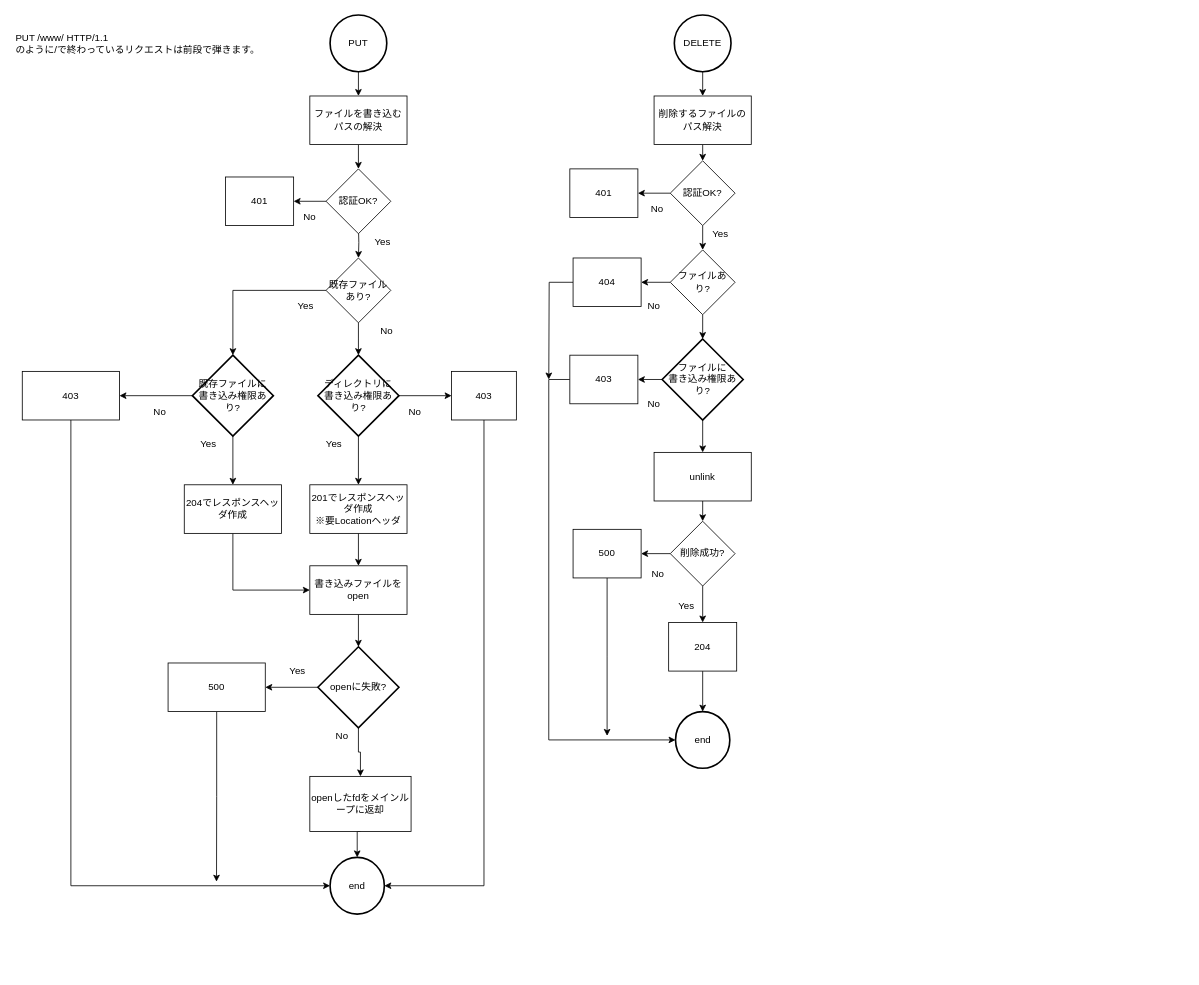
hiroin/webserv keeps this draw.io diagram as drawio/putとdelete.dio. Above is the earlier version. Source tidied: cells renumbered, new cells numbered last; positions are measured from the earlier drawing's top-left corner, leaving out a move shared by most shapes. Both pictures are drawn from the tidied source at 81%, with x=0, y=0 at pixel (14, 15).
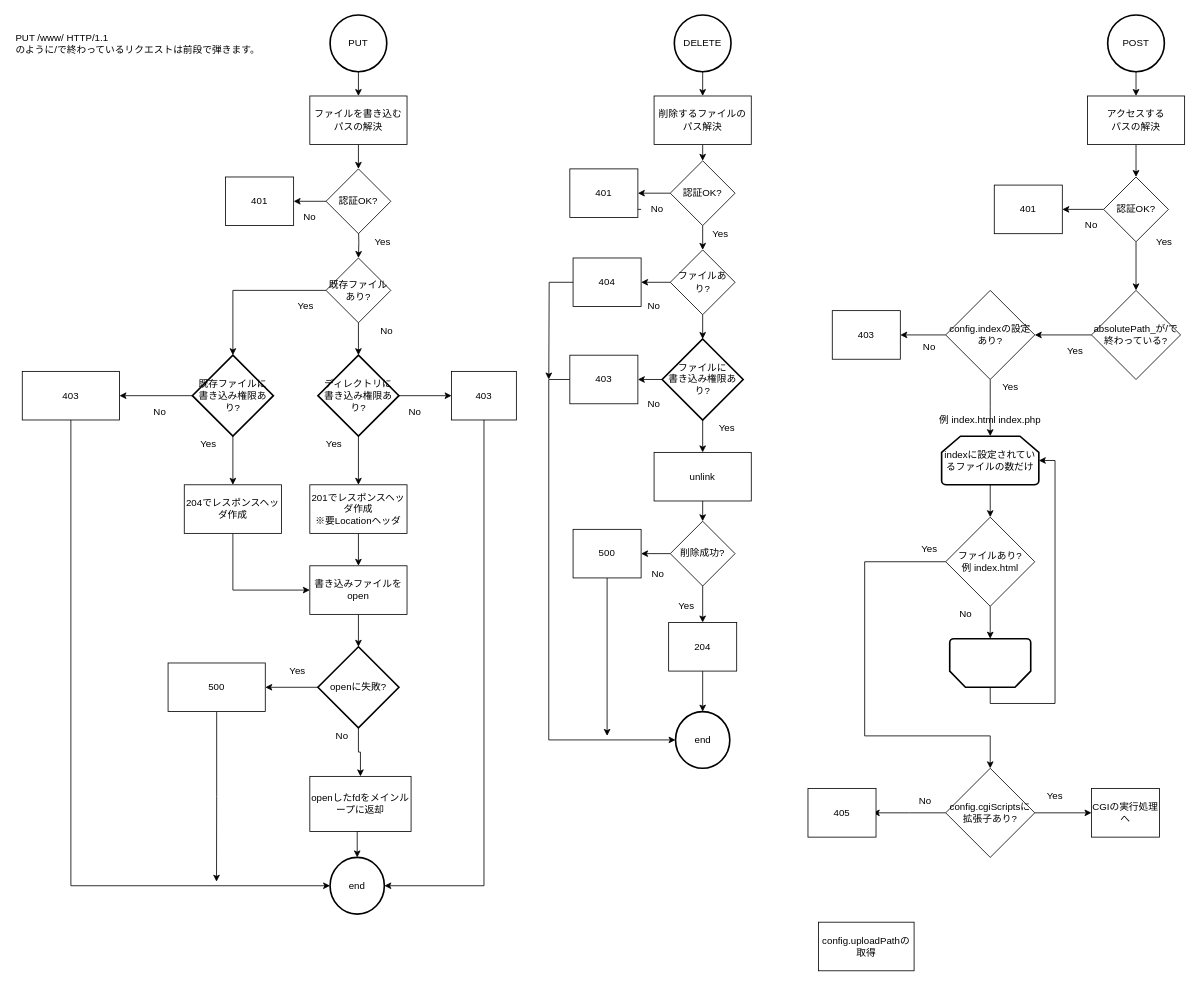
The same page after the edit.

Commit message (it also covers changes not shown here):
レスポンスclass周辺のフロー.dioにGET/CGIのフローを追加

The change refers to these unchanged cells:
```xml
<mxCell id="79" value="No" style="text;html=1;strokeColor=none;fillColor=none;align=center;verticalAlign=middle;whiteSpace=wrap;rounded=0;" parent="1" vertex="1">
  <mxGeometry x="774" y="230" width="40" height="20" as="geometry" />
</mxCell>
<mxCell id="80" value="401" style="rounded=0;whiteSpace=wrap;html=1;" parent="1" vertex="1">
  <mxGeometry x="686" y="190" width="84" height="60" as="geometry" />
</mxCell>
```

The edit, as a diff of the source:
```diff
@@
+    <mxCell id="82" style="edgeStyle=orthogonalEdgeStyle;rounded=0;jettySize=auto;html=1;" parent="1" edge="1" source="79" target="80">
+      <mxGeometry relative="1" as="geometry" />
+    </mxCell>
@@
+    <mxCell id="83" style="edgeStyle=orthogonalEdgeStyle;rounded=0;jettySize=auto;html=1;exitX=0.5;exitY=1;exitDx=0;exitDy=0;exitPerimeter=0;" parent="1" edge="1" source="84">
+      <mxGeometry relative="1" as="geometry">
+        <mxPoint x="1385" y="100" as="targetPoint" />
+      </mxGeometry>
+    </mxCell>
+    <mxCell id="84" value="POST" style="strokeWidth=2;html=1;shape=mxgraph.flowchart.start_2;whiteSpace=wrap;" parent="1" vertex="1">
+      <mxGeometry x="1350" width="70" height="70" as="geometry" />
+    </mxCell>
+    <mxCell id="85" style="edgeStyle=orthogonalEdgeStyle;rounded=0;jettySize=auto;html=1;exitX=0;exitY=0.5;exitDx=0;exitDy=0;entryX=1;entryY=0.5;entryDx=0;entryDy=0;" parent="1" edge="1" source="86" target="102">
+      <mxGeometry relative="1" as="geometry" />
+    </mxCell>
+    <mxCell id="86" value="absolutePath_が/で終わっている?" style="rhombus;whiteSpace=wrap;html=1;" parent="1" vertex="1">
+      <mxGeometry x="1330" y="340" width="110" height="110" as="geometry" />
+    </mxCell>
+    <mxCell id="87" value="Yes" style="text;html=1;strokeColor=none;fillColor=none;align=center;verticalAlign=middle;whiteSpace=wrap;rounded=0;" parent="1" vertex="1">
+      <mxGeometry x="1290" y="405" width="40" height="20" as="geometry" />
+    </mxCell>
+    <mxCell id="88" value="config.uploadPathの取得" style="rounded=0;whiteSpace=wrap;html=1;" parent="1" vertex="1">
+      <mxGeometry x="993" y="1120" width="118" height="60" as="geometry" />
+    </mxCell>
+    <mxCell id="89" style="edgeStyle=orthogonalEdgeStyle;rounded=0;jettySize=auto;html=1;exitX=0.5;exitY=1;exitDx=0;exitDy=0;entryX=0.5;entryY=0;entryDx=0;entryDy=0;" parent="1" edge="1" source="90" target="93">
+      <mxGeometry relative="1" as="geometry" />
+    </mxCell>
+    <mxCell id="90" value="アクセスする&lt;br&gt;パスの解決" style="rounded=0;whiteSpace=wrap;html=1;" parent="1" vertex="1">
+      <mxGeometry x="1325" y="100" width="120" height="60" as="geometry" />
+    </mxCell>
+    <mxCell id="91" style="edgeStyle=orthogonalEdgeStyle;rounded=0;jettySize=auto;html=1;exitX=0;exitY=0.5;exitDx=0;exitDy=0;entryX=1;entryY=0.5;entryDx=0;entryDy=0;" parent="1" edge="1" source="93" target="96">
+      <mxGeometry relative="1" as="geometry" />
+    </mxCell>
+    <mxCell id="92" style="edgeStyle=orthogonalEdgeStyle;rounded=0;jettySize=auto;html=1;exitX=0.5;exitY=1;exitDx=0;exitDy=0;entryX=0.5;entryY=0;entryDx=0;entryDy=0;" parent="1" edge="1" source="93" target="86">
+      <mxGeometry relative="1" as="geometry" />
+    </mxCell>
+    <mxCell id="93" value="認証OK?" style="rhombus;whiteSpace=wrap;html=1;" parent="1" vertex="1">
+      <mxGeometry x="1345" y="200" width="80" height="80" as="geometry" />
+    </mxCell>
+    <mxCell id="94" value="Yes" style="text;html=1;strokeColor=none;fillColor=none;align=center;verticalAlign=middle;whiteSpace=wrap;rounded=0;" parent="1" vertex="1">
+      <mxGeometry x="1400" y="270" width="40" height="20" as="geometry" />
+    </mxCell>
+    <mxCell id="95" value="No" style="text;html=1;strokeColor=none;fillColor=none;align=center;verticalAlign=middle;whiteSpace=wrap;rounded=0;" parent="1" vertex="1">
+      <mxGeometry x="1310" y="250" width="40" height="20" as="geometry" />
+    </mxCell>
+    <mxCell id="96" value="401" style="rounded=0;whiteSpace=wrap;html=1;" parent="1" vertex="1">
+      <mxGeometry x="1210" y="210" width="84" height="60" as="geometry" />
+    </mxCell>
+    <mxCell id="97" style="edgeStyle=orthogonalEdgeStyle;rounded=0;jettySize=auto;html=1;exitX=0;exitY=0.5;exitDx=0;exitDy=0;entryX=0.5;entryY=0;entryDx=0;entryDy=0;" parent="1" edge="1" source="99" target="113">
+      <mxGeometry relative="1" as="geometry">
+        <Array as="points">
+          <mxPoint x="1050" y="675" />
+          <mxPoint x="1050" y="890" />
+          <mxPoint x="1205" y="890" />
+        </Array>
+      </mxGeometry>
+    </mxCell>
+    <mxCell id="98" style="edgeStyle=orthogonalEdgeStyle;rounded=0;jettySize=auto;html=1;exitX=0.5;exitY=1;exitDx=0;exitDy=0;entryX=0.5;entryY=1;entryDx=0;entryDy=0;entryPerimeter=0;" parent="1" edge="1" source="99" target="119">
+      <mxGeometry relative="1" as="geometry" />
+    </mxCell>
+    <mxCell id="99" value="ファイルあり?&lt;br&gt;例 index.html" style="rhombus;whiteSpace=wrap;html=1;" parent="1" vertex="1">
+      <mxGeometry x="1150" y="620" width="110" height="110" as="geometry" />
+    </mxCell>
+    <mxCell id="100" style="edgeStyle=orthogonalEdgeStyle;rounded=0;jettySize=auto;html=1;exitX=0;exitY=0.5;exitDx=0;exitDy=0;entryX=1;entryY=0.5;entryDx=0;entryDy=0;" parent="1" edge="1" source="102" target="103">
+      <mxGeometry relative="1" as="geometry" />
+    </mxCell>
+    <mxCell id="101" style="edgeStyle=orthogonalEdgeStyle;rounded=0;jettySize=auto;html=1;exitX=0.5;exitY=1;exitDx=0;exitDy=0;" parent="1" edge="1" source="102">
+      <mxGeometry relative="1" as="geometry">
+        <mxPoint x="1205" y="520" as="targetPoint" />
+      </mxGeometry>
+    </mxCell>
+    <mxCell id="102" value="config.indexの設定あり?" style="rhombus;whiteSpace=wrap;html=1;" parent="1" vertex="1">
+      <mxGeometry x="1150" y="340" width="110" height="110" as="geometry" />
+    </mxCell>
+    <mxCell id="103" value="403" style="rounded=0;whiteSpace=wrap;html=1;" parent="1" vertex="1">
+      <mxGeometry x="1010" y="365" width="84" height="60" as="geometry" />
+    </mxCell>
+    <mxCell id="104" value="No" style="text;html=1;strokeColor=none;fillColor=none;align=center;verticalAlign=middle;whiteSpace=wrap;rounded=0;" parent="1" vertex="1">
+      <mxGeometry x="1110" y="400" width="40" height="20" as="geometry" />
+    </mxCell>
+    <mxCell id="105" value="Yes" style="text;html=1;strokeColor=none;fillColor=none;align=center;verticalAlign=middle;whiteSpace=wrap;rounded=0;" parent="1" vertex="1">
+      <mxGeometry x="1210" y="450" width="40" height="20" as="geometry" />
+    </mxCell>
+    <mxCell id="106" value="Yes" style="text;html=1;strokeColor=none;fillColor=none;align=center;verticalAlign=middle;whiteSpace=wrap;rounded=0;" parent="1" vertex="1">
+      <mxGeometry x="860" y="500" width="40" height="20" as="geometry" />
+    </mxCell>
+    <mxCell id="107" style="edgeStyle=orthogonalEdgeStyle;rounded=0;jettySize=auto;html=1;exitX=0.5;exitY=1;exitDx=0;exitDy=0;exitPerimeter=0;" parent="1" edge="1" source="108" target="99">
+      <mxGeometry relative="1" as="geometry" />
+    </mxCell>
+    <mxCell id="108" value="indexに設定されているファイルの数だけ" style="strokeWidth=2;html=1;shape=mxgraph.flowchart.loop_limit;whiteSpace=wrap;" parent="1" vertex="1">
+      <mxGeometry x="1145" y="520" width="120" height="60" as="geometry" />
+    </mxCell>
+    <mxCell id="109" value="例 index.html index.php" style="text;html=1;strokeColor=none;fillColor=none;align=center;verticalAlign=middle;whiteSpace=wrap;rounded=0;" parent="1" vertex="1">
+      <mxGeometry x="1115" y="490" width="180" height="20" as="geometry" />
+    </mxCell>
+    <mxCell id="110" value="No" style="text;html=1;strokeColor=none;fillColor=none;align=center;verticalAlign=middle;whiteSpace=wrap;rounded=0;" parent="1" vertex="1">
+      <mxGeometry x="1155" y="730" width="40" height="20" as="geometry" />
+    </mxCell>
+    <mxCell id="111" style="edgeStyle=orthogonalEdgeStyle;rounded=0;jettySize=auto;html=1;exitX=0;exitY=0.5;exitDx=0;exitDy=0;" parent="1" edge="1" source="113">
+      <mxGeometry relative="1" as="geometry">
+        <mxPoint x="1060" y="985" as="targetPoint" />
+      </mxGeometry>
+    </mxCell>
+    <mxCell id="112" style="edgeStyle=orthogonalEdgeStyle;rounded=0;jettySize=auto;html=1;exitX=1;exitY=0.5;exitDx=0;exitDy=0;entryX=0;entryY=0.5;entryDx=0;entryDy=0;" parent="1" edge="1" source="113" target="117">
+      <mxGeometry relative="1" as="geometry" />
+    </mxCell>
+    <mxCell id="113" value="config.cgiScriptsに拡張子あり?" style="rhombus;whiteSpace=wrap;html=1;" parent="1" vertex="1">
+      <mxGeometry x="1150" y="930" width="110" height="110" as="geometry" />
+    </mxCell>
+    <mxCell id="114" value="No" style="text;html=1;strokeColor=none;fillColor=none;align=center;verticalAlign=middle;whiteSpace=wrap;rounded=0;" parent="1" vertex="1">
+      <mxGeometry x="1105" y="960" width="40" height="20" as="geometry" />
+    </mxCell>
+    <mxCell id="115" value="405" style="rounded=0;whiteSpace=wrap;html=1;" parent="1" vertex="1">
+      <mxGeometry x="980" y="955" width="84" height="60" as="geometry" />
+    </mxCell>
+    <mxCell id="116" value="Yes" style="text;html=1;strokeColor=none;fillColor=none;align=center;verticalAlign=middle;whiteSpace=wrap;rounded=0;" parent="1" vertex="1">
+      <mxGeometry x="1265" y="955" width="40" height="20" as="geometry" />
+    </mxCell>
+    <mxCell id="117" value="CGIの実行処理へ" style="rounded=0;whiteSpace=wrap;html=1;" parent="1" vertex="1">
+      <mxGeometry x="1330" y="955" width="84" height="60" as="geometry" />
+    </mxCell>
+    <mxCell id="118" style="edgeStyle=orthogonalEdgeStyle;rounded=0;jettySize=auto;html=1;exitX=0.5;exitY=0;exitDx=0;exitDy=0;exitPerimeter=0;entryX=1;entryY=0.5;entryDx=0;entryDy=0;entryPerimeter=0;" parent="1" edge="1" source="119" target="108">
+      <mxGeometry relative="1" as="geometry">
+        <Array as="points">
+          <mxPoint x="1205" y="850" />
+          <mxPoint x="1285" y="850" />
+          <mxPoint x="1285" y="550" />
+        </Array>
+      </mxGeometry>
+    </mxCell>
+    <mxCell id="119" style="strokeWidth=2;html=1;shape=mxgraph.flowchart.loop_limit;whiteSpace=wrap;rotation=-180;" parent="1" vertex="1">
+      <mxGeometry x="1155" y="770" width="100" height="60" as="geometry" />
+    </mxCell>
+    <mxCell id="120" value="Yes" style="text;html=1;strokeColor=none;fillColor=none;align=center;verticalAlign=middle;whiteSpace=wrap;rounded=0;" parent="1" vertex="1">
+      <mxGeometry x="1110" y="650" width="40" height="20" as="geometry" />
+    </mxCell>
```
